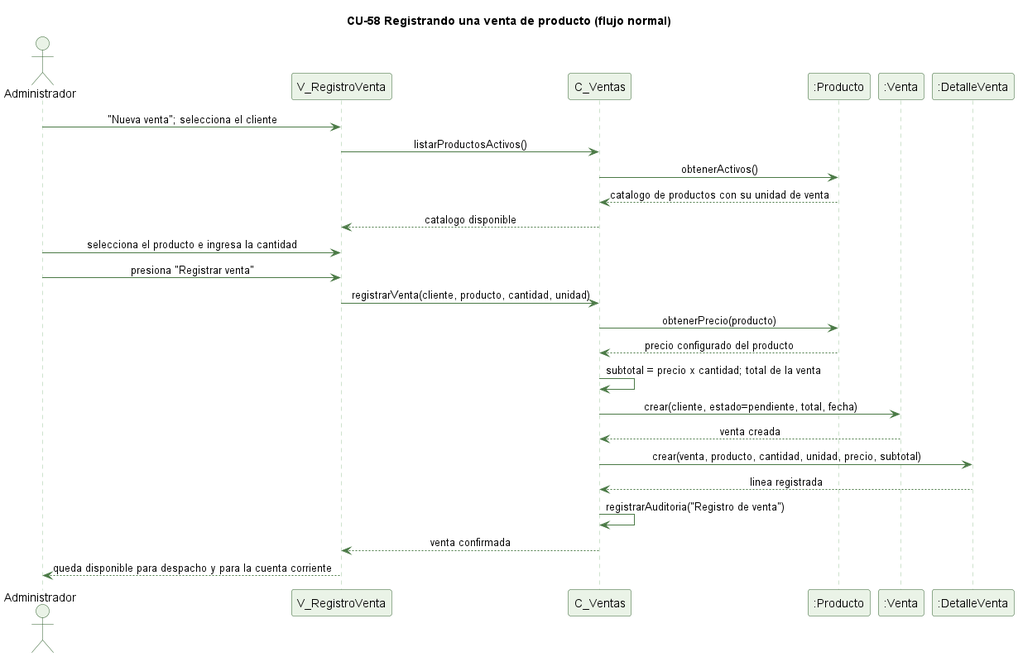
kenjikaese/Triverde keeps this PlantUML diagram as docs/trabajo-grupal/diagramas/secuencias/cu58-registrar-venta-normal.png. Above is the earlier version. Source of this version:
```plantuml
@startuml cu58-registrar-venta-normal
skinparam backgroundColor #FFFFFF
skinparam shadowing false
skinparam defaultFontName Helvetica
skinparam sequenceMessageAlign center
skinparam ParticipantBackgroundColor #EAF3E7
skinparam ParticipantBorderColor #2E5E2A
skinparam ActorBackgroundColor #EAF3E7
skinparam ActorBorderColor #2E5E2A
skinparam sequenceLifeLineBorderColor #9CC49A
skinparam ArrowColor #4B7A46

title CU-58 Registrando una venta de producto (flujo normal)

actor Administrador
participant "V_RegistroVenta" as V
participant "C_Ventas" as C
participant ":Producto" as P
participant ":Venta" as VT
participant ":DetalleVenta" as DV

Administrador -> V : "Nueva venta"; selecciona el cliente
V -> C : listarProductosActivos()
C -> P : obtenerActivos()
P --> C : catalogo de productos con su unidad de venta
C --> V : catalogo disponible
Administrador -> V : selecciona el producto e ingresa la cantidad
Administrador -> V : presiona "Registrar venta"
V -> C : registrarVenta(cliente, producto, cantidad, unidad)
C -> P : obtenerPrecio(producto)
P --> C : precio configurado del producto
C -> C : subtotal = precio x cantidad; total de la venta
C -> VT : crear(cliente, estado=pendiente, total, fecha)
VT --> C : venta creada
C -> DV : crear(venta, producto, cantidad, unidad, precio, subtotal)
DV --> C : linea registrada
C -> C : registrarAuditoria("Registro de venta")
C --> V : venta confirmada
V --> Administrador : queda disponible para despacho y para la cuenta corriente

@enduml
```
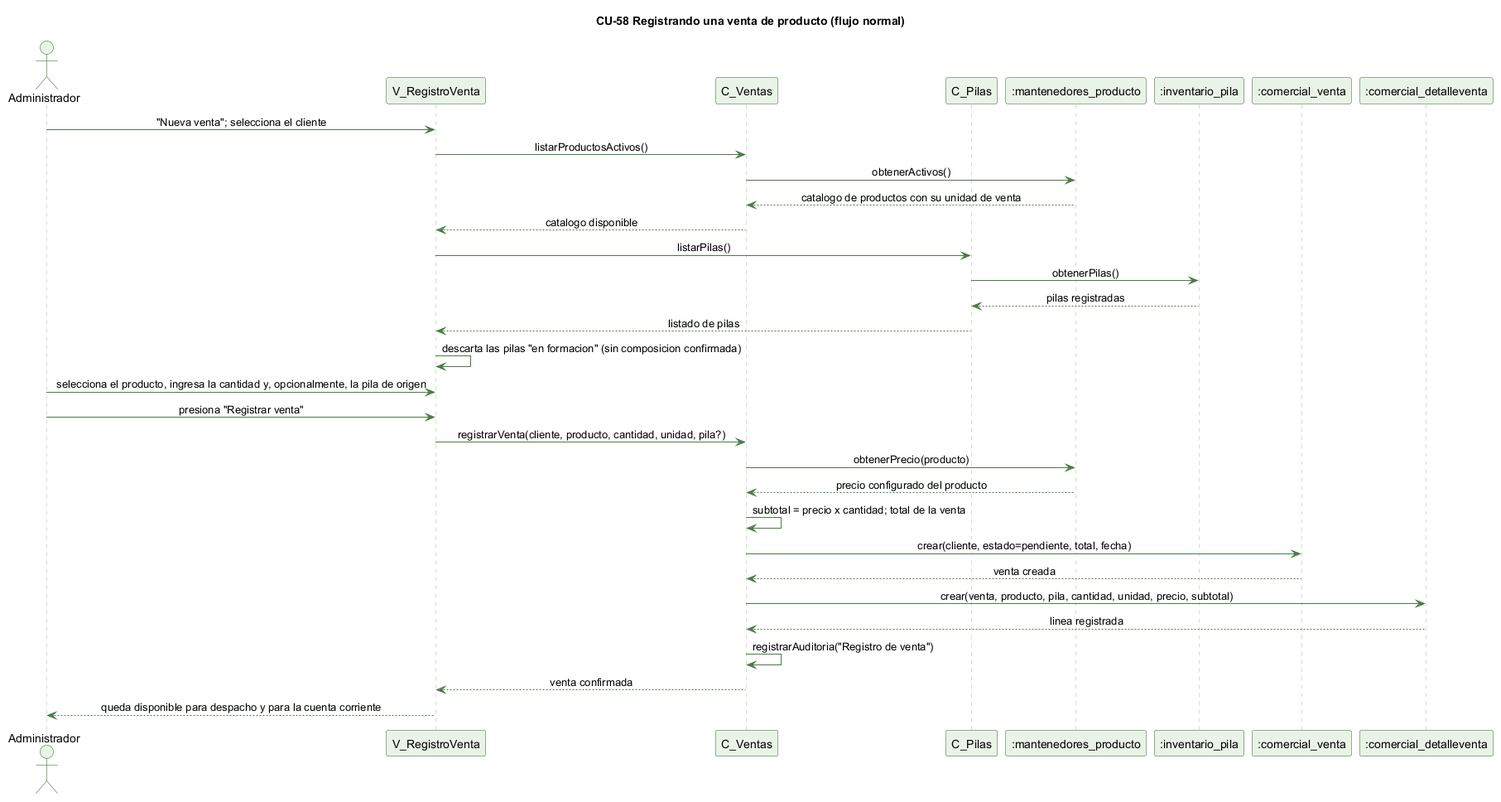
The same diagram one commit later.

The edit, as a diff of the source:
```diff
@@ -15,24 +15,31 @@
 actor Administrador
 participant "V_RegistroVenta" as V
 participant "C_Ventas" as C
-participant ":Producto" as P
-participant ":Venta" as VT
-participant ":DetalleVenta" as DV
+participant "C_Pilas" as CP
+participant ":mantenedores_producto" as P
+participant ":inventario_pila" as PI
+participant ":comercial_venta" as VT
+participant ":comercial_detalleventa" as DV
 
 Administrador -> V : "Nueva venta"; selecciona el cliente
 V -> C : listarProductosActivos()
 C -> P : obtenerActivos()
 P --> C : catalogo de productos con su unidad de venta
 C --> V : catalogo disponible
-Administrador -> V : selecciona el producto e ingresa la cantidad
+V -> CP : listarPilas()
+CP -> PI : obtenerPilas()
+PI --> CP : pilas registradas
+CP --> V : listado de pilas
+V -> V : descarta las pilas "en formacion" (sin composicion confirmada)
+Administrador -> V : selecciona el producto, ingresa la cantidad y, opcionalmente, la pila de origen
 Administrador -> V : presiona "Registrar venta"
-V -> C : registrarVenta(cliente, producto, cantidad, unidad)
+V -> C : registrarVenta(cliente, producto, cantidad, unidad, pila?)
 C -> P : obtenerPrecio(producto)
 P --> C : precio configurado del producto
 C -> C : subtotal = precio x cantidad; total de la venta
 C -> VT : crear(cliente, estado=pendiente, total, fecha)
 VT --> C : venta creada
-C -> DV : crear(venta, producto, cantidad, unidad, precio, subtotal)
+C -> DV : crear(venta, producto, pila, cantidad, unidad, precio, subtotal)
 DV --> C : linea registrada
 C -> C : registrarAuditoria("Registro de venta")
 C --> V : venta confirmada
```
